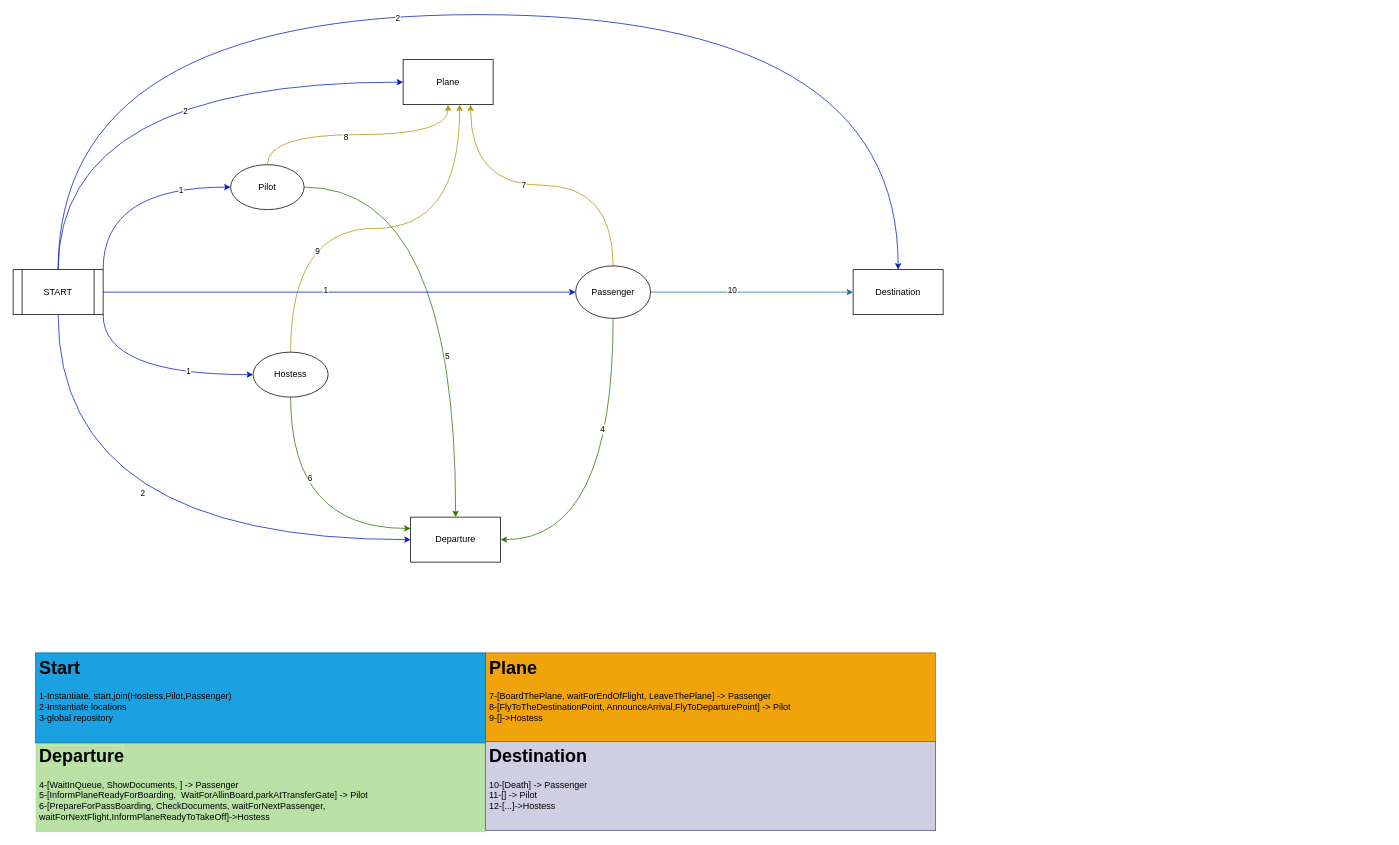
DiogoFernandes77/SD-P1 keeps this draw.io diagram as Diagrama/DiagramaVersaoSimples.drawio. Above is the earlier version. Source tidied: cells renumbered, new cells numbered last; positions are measured from the earlier drawing's top-left corner, leaving out a move shared by most shapes. Both pictures are drawn from the tidied source at 75%, with x=0, y=0 at pixel (13, 14).
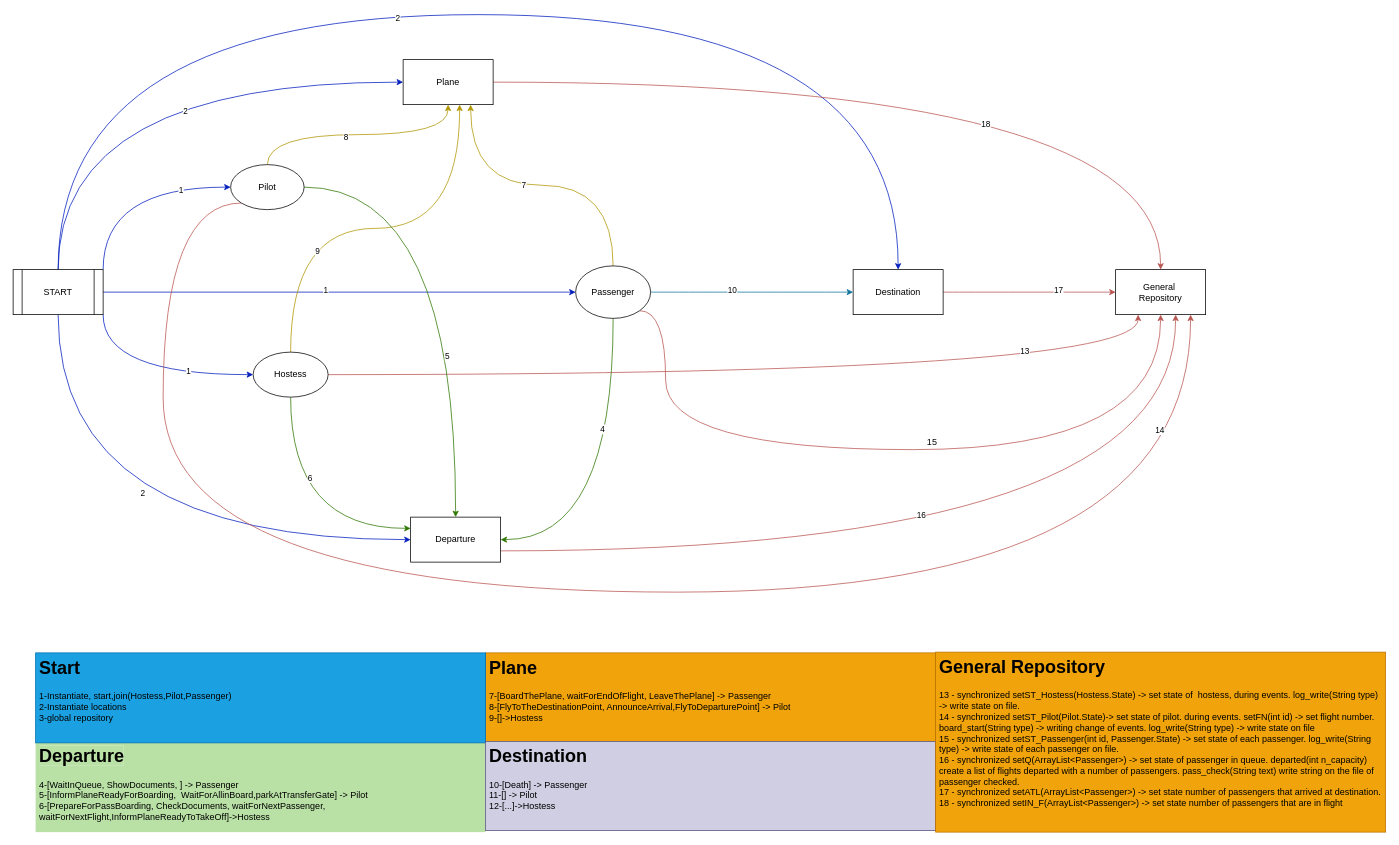
The same diagram, later.

Unchanged cells that the change refers to:
```xml
<mxCell id="15" value="Plane" style="rounded=0;whiteSpace=wrap;html=1;" parent="1" vertex="1">
  <mxGeometry x="520" y="60" width="120" height="60" as="geometry" />
</mxCell>
<mxCell id="16" value="Departure" style="rounded=0;whiteSpace=wrap;html=1;" parent="1" vertex="1">
  <mxGeometry x="530" y="670" width="120" height="60" as="geometry" />
</mxCell>
<mxCell id="17" value="Destination" style="rounded=0;whiteSpace=wrap;html=1;" parent="1" vertex="1">
  <mxGeometry x="1120" y="340" width="120" height="60" as="geometry" />
</mxCell>
<mxCell id="24" value="Passenger" style="ellipse;whiteSpace=wrap;html=1;" parent="1" vertex="1">
  <mxGeometry x="750" y="335" width="100" height="70" as="geometry" />
</mxCell>
<mxCell id="29" value="Hostess" style="ellipse;whiteSpace=wrap;html=1;" parent="1" vertex="1">
  <mxGeometry x="320" y="450" width="100" height="60" as="geometry" />
</mxCell>
<mxCell id="34" value="Pilot" style="ellipse;whiteSpace=wrap;html=1;" parent="1" vertex="1">
  <mxGeometry x="290" y="200" width="98" height="60" as="geometry" />
</mxCell>
```

Diff of the diagram source:
```diff
@@
+    <mxCell id="39" style="edgeStyle=orthogonalEdgeStyle;curved=1;jettySize=auto;html=1;exitX=1;exitY=0.5;exitDx=0;exitDy=0;entryX=0.5;entryY=0;entryDx=0;entryDy=0;fillColor=#f8cecc;strokeColor=#b85450;" parent="1" edge="1" source="15" target="51">
+      <mxGeometry relative="1" as="geometry" />
+    </mxCell>
+    <mxCell id="40" value="18" style="edgeLabel;html=1;align=center;verticalAlign=middle;" parent="39" vertex="1">
+      <mxGeometry x="0.15" y="-55" relative="1" as="geometry" />
+    </mxCell>
@@
+    <mxCell id="41" style="edgeStyle=orthogonalEdgeStyle;curved=1;jettySize=auto;html=1;exitX=1;exitY=0.75;exitDx=0;exitDy=0;entryX=0.667;entryY=1;entryDx=0;entryDy=0;entryPerimeter=0;fillColor=#f8cecc;strokeColor=#b85450;" parent="1" edge="1" source="16" target="51">
+      <mxGeometry relative="1" as="geometry" />
+    </mxCell>
+    <mxCell id="42" value="16" style="edgeLabel;html=1;align=center;verticalAlign=middle;" parent="41" vertex="1">
+      <mxGeometry x="-0.08" y="49" relative="1" as="geometry">
+        <mxPoint x="1" as="offset" />
+      </mxGeometry>
+    </mxCell>
@@
+    <mxCell id="43" style="edgeStyle=orthogonalEdgeStyle;curved=1;jettySize=auto;html=1;exitX=1;exitY=0.5;exitDx=0;exitDy=0;entryX=0;entryY=0.5;entryDx=0;entryDy=0;fillColor=#f8cecc;strokeColor=#b85450;" parent="1" edge="1" source="17" target="51">
+      <mxGeometry relative="1" as="geometry" />
+    </mxCell>
+    <mxCell id="44" value="17" style="edgeLabel;html=1;align=center;verticalAlign=middle;" parent="43" vertex="1">
+      <mxGeometry x="0.33" y="3" relative="1" as="geometry" />
+    </mxCell>
@@
+    <mxCell id="45" style="edgeStyle=orthogonalEdgeStyle;jettySize=auto;html=1;exitX=1;exitY=1;exitDx=0;exitDy=0;curved=1;entryX=0.5;entryY=1;entryDx=0;entryDy=0;fillColor=#f8cecc;strokeColor=#b85450;" parent="1" edge="1" source="24" target="51">
+      <mxGeometry relative="1" as="geometry">
+        <Array as="points">
+          <mxPoint x="870" y="395" />
+          <mxPoint x="870" y="580" />
+          <mxPoint x="1530" y="580" />
+        </Array>
+      </mxGeometry>
+    </mxCell>
@@
+    <mxCell id="46" style="edgeStyle=orthogonalEdgeStyle;curved=1;jettySize=auto;html=1;exitX=1;exitY=0.5;exitDx=0;exitDy=0;entryX=0.25;entryY=1;entryDx=0;entryDy=0;fillColor=#f8cecc;strokeColor=#b85450;" parent="1" edge="1" source="29" target="51">
+      <mxGeometry relative="1" as="geometry" />
+    </mxCell>
+    <mxCell id="47" value="13" style="edgeLabel;html=1;align=center;verticalAlign=middle;" parent="46" vertex="1">
+      <mxGeometry x="0.6" y="32" relative="1" as="geometry" />
+    </mxCell>
@@
+    <mxCell id="48" style="edgeStyle=orthogonalEdgeStyle;curved=1;jettySize=auto;html=1;exitX=0;exitY=1;exitDx=0;exitDy=0;entryX=0.833;entryY=1;entryDx=0;entryDy=0;entryPerimeter=0;fillColor=#f8cecc;strokeColor=#b85450;" parent="1" edge="1" source="34" target="51">
+      <mxGeometry relative="1" as="geometry">
+        <Array as="points">
+          <mxPoint x="200" y="251" />
+          <mxPoint x="200" y="770" />
+          <mxPoint x="1570" y="770" />
+        </Array>
+      </mxGeometry>
+    </mxCell>
+    <mxCell id="49" value="14" style="edgeLabel;html=1;align=center;verticalAlign=middle;" parent="48" vertex="1">
+      <mxGeometry x="0.87" y="41" relative="1" as="geometry" />
+    </mxCell>
@@
+    <mxCell id="50" value="&lt;h1&gt;General Repository&lt;/h1&gt;&lt;div&gt;13 - synchronized setST_Hostess(Hostess.State) -&amp;gt; set state of&amp;nbsp; hostess, during events. log_write(String type) -&amp;gt; write state on file.&lt;/div&gt;&lt;div&gt;14 - synchronized setST_Pilot(Pilot.State)-&amp;gt; set state of pilot. during events. setFN(int id) -&amp;gt; set flight number. board_start(String type) -&amp;gt; writing change of events. log_write(String type) -&amp;gt; write state on file&lt;/div&gt;&lt;div&gt;15 - synchronized setST_Passenger(int id, Passenger.State) -&amp;gt; set state of each passenger. log_write(String type) -&amp;gt; write state of each passenger on file.&lt;/div&gt;&lt;div&gt;16 - synchronized setQ(ArrayList&amp;lt;Passenger&amp;gt;) -&amp;gt; set state of passenger in queue. departed(int n_capacity) create a list of flights departed with a number of passengers. pass_check(String text) write string on the file of passenger checked.&lt;/div&gt;&lt;div&gt;17 - synchronized setATL(ArrayList&amp;lt;Passenger&amp;gt;) -&amp;gt; set state number of passengers that arrived at destination.&lt;/div&gt;&lt;div&gt;18 - synchronized setIN_F(ArrayList&amp;lt;Passenger&amp;gt;) -&amp;gt; set state number of passengers that are in flight&lt;/div&gt;" style="text;html=1;strokeColor=#BD7000;spacing=5;spacingTop=-20;whiteSpace=wrap;overflow=hidden;rounded=0;fillColor=#f0a30a;" parent="1" vertex="1">
+      <mxGeometry x="1230" y="850" width="600" height="240" as="geometry" />
+    </mxCell>
+    <mxCell id="51" value="General&amp;nbsp;&lt;br&gt;Repository" style="rounded=0;whiteSpace=wrap;html=1;" parent="1" vertex="1">
+      <mxGeometry x="1470" y="340" width="120" height="60" as="geometry" />
+    </mxCell>
+    <mxCell id="52" value="15" style="text;html=1;align=center;verticalAlign=middle;strokeColor=none;" parent="1" vertex="1">
+      <mxGeometry x="1210" y="560" width="30" height="20" as="geometry" />
+    </mxCell>
```
